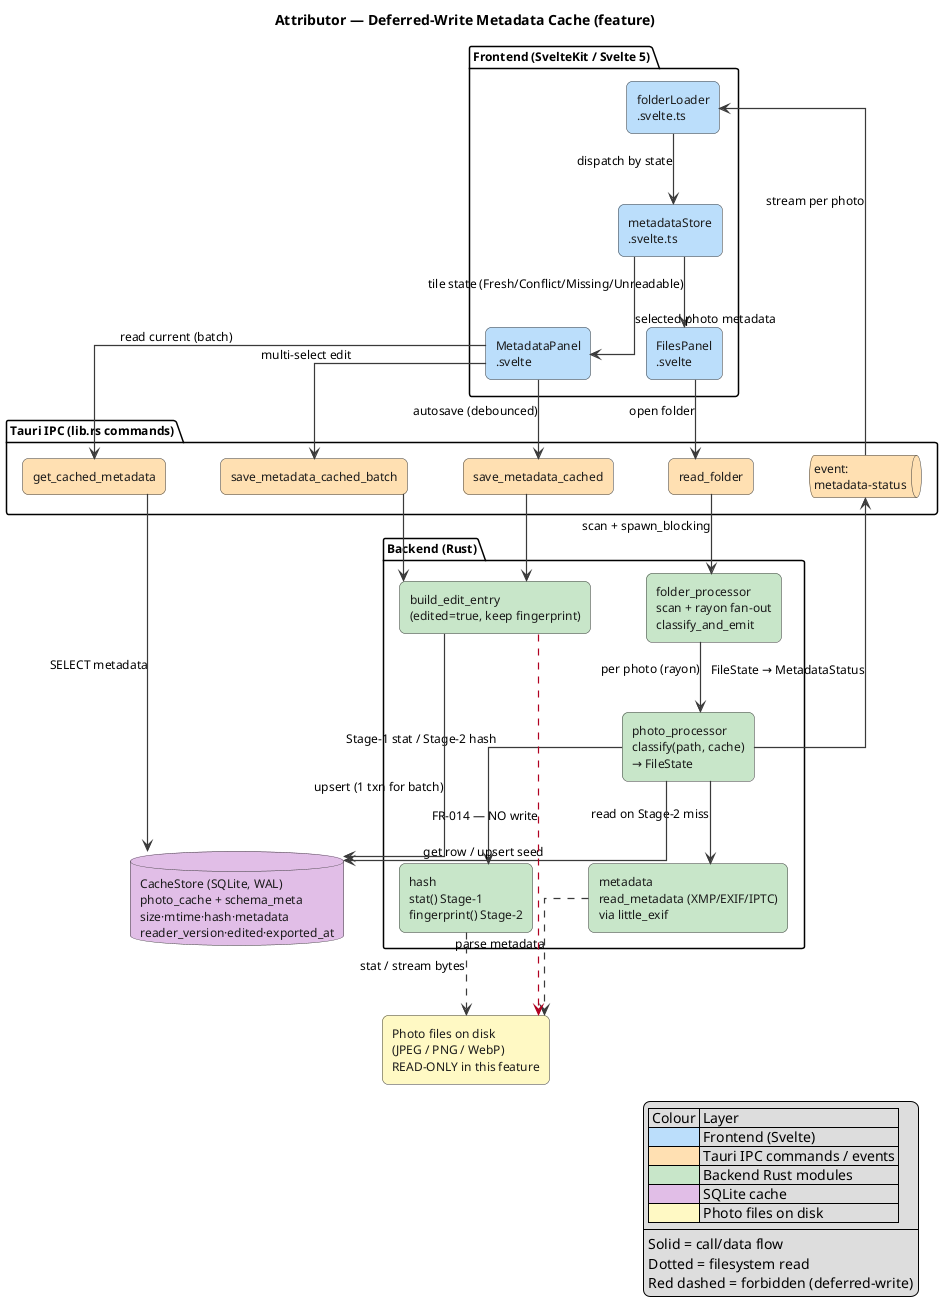
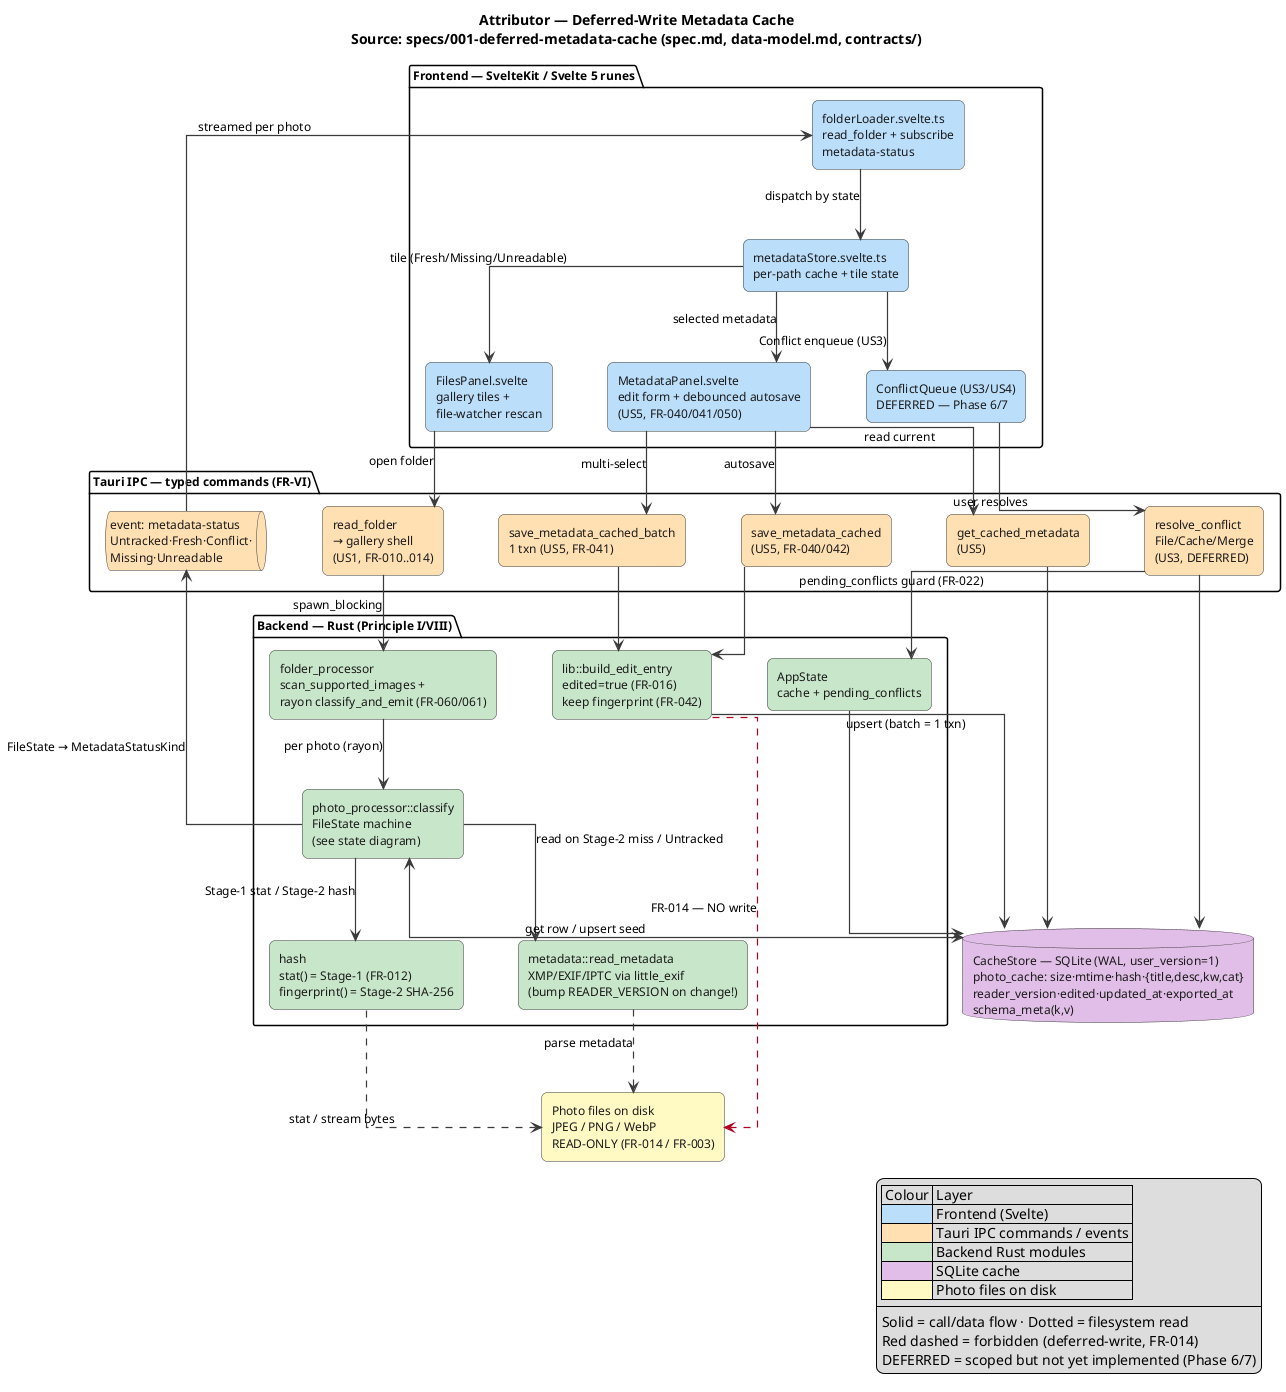
@startuml feature-deferred-metadata-cache
- title Attributor — Deferred-Write Metadata Cache (feature)
+ title Attributor — Deferred-Write Metadata Cache\nSource: specs/001-deferred-metadata-cache (spec.md, data-model.md, contracts/)

' ── Global look & feel ───────────────────────────────────────────────
skinparam linetype ortho
skinparam nodesep 55
skinparam ranksep 70
skinparam shadowing false
skinparam defaultFontName "Segoe UI"
skinparam defaultFontSize 12
skinparam ArrowColor #3A3A3A
skinparam ArrowThickness 1.2
- 
skinparam rectangle {
  BorderColor #3A3A3A
  FontColor #1A1A1A
  roundCorner 12
}
skinparam database {
  BorderColor #3A3A3A
  FontColor #1A1A1A
}
skinparam queue {
  BorderColor #3A3A3A
  FontColor #1A1A1A
}

- ' ── Colour legend (pastel fills, dark borders) ───────────────────────
- ' Frontend  : #BBDEFB (blue)
- ' IPC        : #FFE0B2 (orange)
- ' Backend    : #C8E6C9 (green)
- ' Storage    : #E1BEE7 (purple)
- ' Disk       : #FFF9C4 (yellow)
+ ' Layer colours:
+ '  Frontend #BBDEFB · IPC #FFE0B2 · Backend #C8E6C9 · Storage #E1BEE7 · Disk #FFF9C4

- ' ── Frontend ─────────────────────────────────────────────────────────
- package "Frontend (SvelteKit / Svelte 5)" {
-   rectangle "MetadataPanel\n.svelte" as MP #BBDEFB
-   rectangle "FilesPanel\n.svelte" as FP #BBDEFB
-   rectangle "folderLoader\n.svelte.ts" as FL #BBDEFB
-   rectangle "metadataStore\n.svelte.ts" as MS #BBDEFB
+ ' ── Frontend (US1/US2/US3/US5 consumers) ─────────────────────────────
+ package "Frontend — SvelteKit / Svelte 5 runes" {
+   rectangle "FilesPanel.svelte\ngallery tiles +\nfile-watcher rescan" as FP #BBDEFB
+   rectangle "MetadataPanel.svelte\nedit form + debounced autosave\n(US5, FR-040/041/050)" as MP #BBDEFB
+   rectangle "folderLoader.svelte.ts\nread_folder + subscribe\nmetadata-status" as FL #BBDEFB
+   rectangle "metadataStore.svelte.ts\nper-path cache + tile state" as MS #BBDEFB
+   rectangle "ConflictQueue (US3/US4)\nDEFERRED — Phase 6/7" as CQ #BBDEFB
}

- ' ── IPC surface ──────────────────────────────────────────────────────
- package "Tauri IPC (lib.rs commands)" {
-   rectangle "read_folder" as C_READ #FFE0B2
-   rectangle "save_metadata_cached" as C_SAVE #FFE0B2
-   rectangle "save_metadata_cached_batch" as C_BATCH #FFE0B2
-   rectangle "get_cached_metadata" as C_GET #FFE0B2
-   queue "event:\nmetadata-status" as EV #FFE0B2
+ ' ── Tauri IPC (contracts/tauri-commands.md) ──────────────────────────
+ package "Tauri IPC — typed commands (FR-VI)" {
+   rectangle "read_folder\n→ gallery shell\n(US1, FR-010..014)" as C_READ #FFE0B2
+   rectangle "save_metadata_cached\n(US5, FR-040/042)" as C_SAVE #FFE0B2
+   rectangle "save_metadata_cached_batch\n1 txn (US5, FR-041)" as C_BATCH #FFE0B2
+   rectangle "get_cached_metadata\n(US5)" as C_GET #FFE0B2
+   rectangle "resolve_conflict\nFile/Cache/Merge\n(US3, DEFERRED)" as C_RES #FFE0B2
+   queue "event: metadata-status\nUntracked·Fresh·Conflict·\nMissing·Unreadable" as EV #FFE0B2
}

- ' ── Backend classify pipeline ────────────────────────────────────────
- package "Backend (Rust)" {
-   rectangle "folder_processor\nscan + rayon fan-out\nclassify_and_emit" as FPROC #C8E6C9
-   rectangle "photo_processor\nclassify(path, cache)\n→ FileState" as PP #C8E6C9
-   rectangle "hash\nstat() Stage-1\nfingerprint() Stage-2" as HASH #C8E6C9
-   rectangle "metadata\nread_metadata (XMP/EXIF/IPTC)\nvia little_exif" as MD #C8E6C9
-   rectangle "build_edit_entry\n(edited=true, keep fingerprint)" as BEE #C8E6C9
+ ' ── Backend (Rust modules) ───────────────────────────────────────────
+ package "Backend — Rust (Principle I/VIII)" {
+   rectangle "folder_processor\nscan_supported_images +\nrayon classify_and_emit (FR-060/061)" as FPROC #C8E6C9
+   rectangle "photo_processor::classify\nFileState machine\n(see state diagram)" as PP #C8E6C9
+   rectangle "hash\nstat() = Stage-1 (FR-012)\nfingerprint() = Stage-2 SHA-256" as HASH #C8E6C9
+   rectangle "metadata::read_metadata\nXMP/EXIF/IPTC via little_exif\n(bump READER_VERSION on change!)" as MD #C8E6C9
+   rectangle "lib::build_edit_entry\nedited=true (FR-016)\nkeep fingerprint (FR-042)" as BEE #C8E6C9
+   rectangle "AppState\ncache + pending_conflicts" as AS #C8E6C9
}

' ── Storage + disk ───────────────────────────────────────────────────
- database "CacheStore (SQLite, WAL)\nphoto_cache + schema_meta\nsize·mtime·hash·metadata\nreader_version·edited·exported_at" as DB #E1BEE7
- rectangle "Photo files on disk\n(JPEG / PNG / WebP)\nREAD-ONLY in this feature" as DISK #FFF9C4
+ database "CacheStore — SQLite (WAL, user_version=1)\nphoto_cache: size·mtime·hash·{title,desc,kw,cat}\nreader_version·edited·updated_at·exported_at\nschema_meta(k,v)" as DB #E1BEE7
+ rectangle "Photo files on disk\nJPEG / PNG / WebP\nREAD-ONLY (FR-014 / FR-003)" as DISK #FFF9C4

- ' ── Open-folder flow (classify) ──────────────────────────────────────
+ ' ── US1/US2 open-folder + classify flow ──────────────────────────────
FP --> C_READ : open folder
- C_READ --> FPROC : scan + spawn_blocking
+ C_READ --> FPROC : spawn_blocking
FPROC --> PP : per photo (rayon)
PP --> HASH : Stage-1 stat / Stage-2 hash
- PP --> MD : read on Stage-2 miss
+ PP --> MD : read on Stage-2 miss / Untracked
HASH ..> DISK : stat / stream bytes
MD ..> DISK : parse metadata
- PP --> DB : get row / upsert seed
- PP --> EV : FileState → MetadataStatus
- EV --> FL : stream per photo
+ PP <--> DB : get row / upsert seed
+ PP --> EV : FileState → MetadataStatusKind
+ EV --> FL : streamed per photo
FL --> MS : dispatch by state
- MS --> FP : tile state (Fresh/Conflict/Missing/Unreadable)
- MS --> MP : selected photo metadata
+ MS --> FP : tile (Fresh/Missing/Unreadable)
+ MS --> MP : selected metadata
+ MS --> CQ : Conflict enqueue (US3)

- ' ── Edit flow (deferred write) ───────────────────────────────────────
- MP --> C_SAVE : autosave (debounced)
- MP --> C_BATCH : multi-select edit
- MP --> C_GET : read current (batch)
+ ' ── US5 deferred-write edit flow ─────────────────────────────────────
+ MP --> C_SAVE : autosave
+ MP --> C_BATCH : multi-select
+ MP --> C_GET : read current
+ CQ --> C_RES : user resolves
C_SAVE --> BEE
C_BATCH --> BEE
- BEE --> DB : upsert (1 txn for batch)
- C_GET --> DB : SELECT metadata
+ C_RES --> AS : pending_conflicts guard (FR-022)
+ BEE --> DB : upsert (batch = 1 txn)
+ C_GET --> DB
+ C_RES --> DB
+ AS --> DB

- ' Hard rule: edits never touch the file
+ ' Hard invariant: edits never touch the file
BEE -[#B00020,dashed]-> DISK : FR-014 — NO write

legend right
  | Colour | Layer |
  |<#BBDEFB>   | Frontend (Svelte) |
  |<#FFE0B2>   | Tauri IPC commands / events |
  |<#C8E6C9>   | Backend Rust modules |
  |<#E1BEE7>   | SQLite cache |
  |<#FFF9C4>   | Photo files on disk |
  ----
-   Solid = call/data flow
-   Dotted = filesystem read
-   Red dashed = forbidden (deferred-write)
+   Solid = call/data flow · Dotted = filesystem read
+   Red dashed = forbidden (deferred-write, FR-014)
+   DEFERRED = scoped but not yet implemented (Phase 6/7)
endlegend

@enduml
